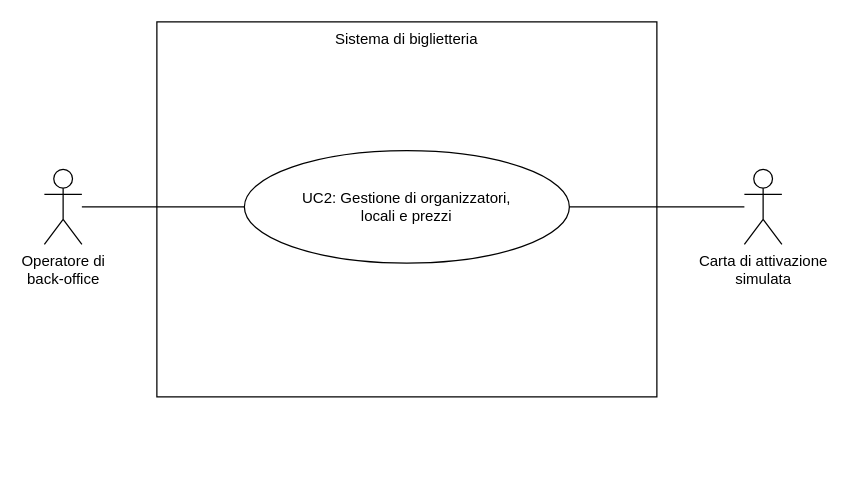
Before: page "uc-2" (2 of 7) of img/diagrams/drawer.drawio in Leddosja/thesis-EdisHodja, a draw.io diagram. Source tidied: cells renumbered, new cells numbered last; positions are measured from the earlier drawing's top-left corner, leaving out a move shared by most shapes. Both pictures are drawn from the tidied source at 125%, with x=0, y=0 at pixel (44, 21).
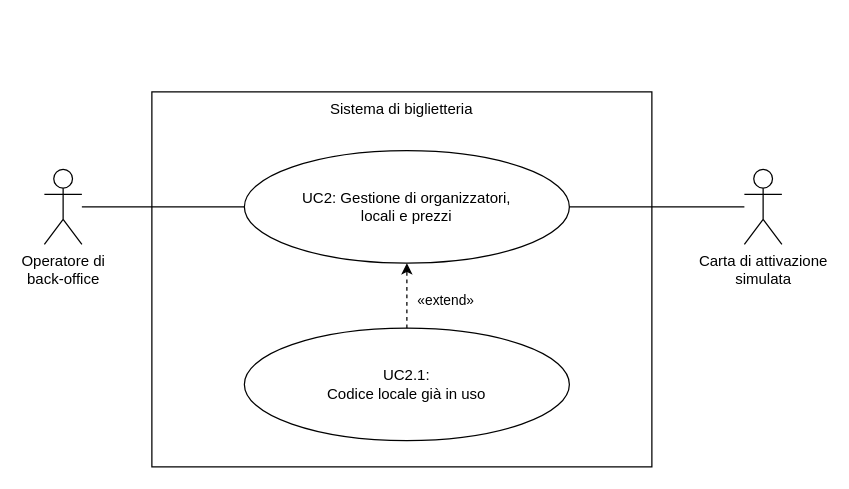
The same diagram, later.

Change to the diagram source:
```diff
@@
 <mxGraphModel background="#FFFFFF">
   <root>
     <mxCell id="0" />
     <mxCell id="1" parent="0" />
     <mxCell id="2" value="Sistema di biglietteria" style="rounded=0;whiteSpace=wrap;html=1;fillColor=default;verticalAlign=top;" parent="1" vertex="1">
-      <mxGeometry x="90" width="400" height="300" as="geometry" />
+      <mxGeometry x="86" y="56" width="400" height="300" as="geometry" />
     </mxCell>
     <mxCell id="3" value="UC2: Gestione di organizzatori, &lt;br&gt;locali e prezzi" style="ellipse;whiteSpace=wrap;html=1;rounded=0;strokeColor=default;align=center;verticalAlign=middle;fontFamily=Helvetica;fontSize=12;fontColor=default;fillColor=default;" parent="1" vertex="1">
       <mxGeometry x="160" y="103" width="260" height="90" as="geometry" />
     </mxCell>
     <mxCell id="4" style="edgeStyle=none;html=1;entryX=0;entryY=0.5;entryDx=0;entryDy=0;endArrow=none;endFill=0;" parent="1" edge="1" source="5" target="3">
       <mxGeometry relative="1" as="geometry" />
     </mxCell>
     <mxCell id="5" value="Operatore di&lt;br&gt;back-office" style="shape=umlActor;verticalLabelPosition=bottom;verticalAlign=top;html=1;rounded=0;strokeColor=default;align=center;fontFamily=Helvetica;fontSize=12;fontColor=default;fillColor=default;" parent="1" vertex="1">
       <mxGeometry y="118" width="30" height="60" as="geometry" />
     </mxCell>
     <mxCell id="6" style="edgeStyle=none;html=1;entryX=1;entryY=0.5;entryDx=0;entryDy=0;endArrow=none;endFill=0;verticalAlign=middle;" parent="1" edge="1" source="7">
       <mxGeometry relative="1" as="geometry">
         <mxPoint x="420" y="148" as="targetPoint" />
       </mxGeometry>
     </mxCell>
     <mxCell id="7" value="Carta di attivazione&lt;br&gt;simulata" style="shape=umlActor;verticalLabelPosition=bottom;verticalAlign=top;html=1;rounded=0;strokeColor=default;align=center;fontFamily=Helvetica;fontSize=12;fontColor=default;fillColor=default;" parent="1" vertex="1">
       <mxGeometry x="560" y="118" width="30" height="60" as="geometry" />
     </mxCell>
+    <mxCell id="8" value="UC2.1:&lt;br&gt;Codice locale già in uso" style="ellipse;whiteSpace=wrap;html=1;rounded=0;strokeColor=default;align=center;verticalAlign=middle;fontFamily=Helvetica;fontSize=12;fontColor=default;fillColor=default;" parent="1" vertex="1">
+      <mxGeometry x="160" y="245" width="260" height="90" as="geometry" />
+    </mxCell>
+    <mxCell id="9" style="edgeStyle=none;html=1;dashed=1;entryX=0.5;entryY=1;entryDx=0;entryDy=0;exitX=0.5;exitY=0;exitDx=0;exitDy=0;" parent="1" edge="1" source="8" target="3">
+      <mxGeometry relative="1" as="geometry" />
+    </mxCell>
+    <mxCell id="10" value="&lt;span style=&quot;color: rgb(0, 0, 0);&quot;&gt;«extend»&lt;/span&gt;" style="edgeLabel;html=1;align=center;verticalAlign=middle;" parent="9" vertex="1">
+      <mxGeometry x="-0.18" y="-2" relative="1" as="geometry">
+        <mxPoint x="28" y="-2" as="offset" />
+      </mxGeometry>
+    </mxCell>
   </root>
 </mxGraphModel>
```
